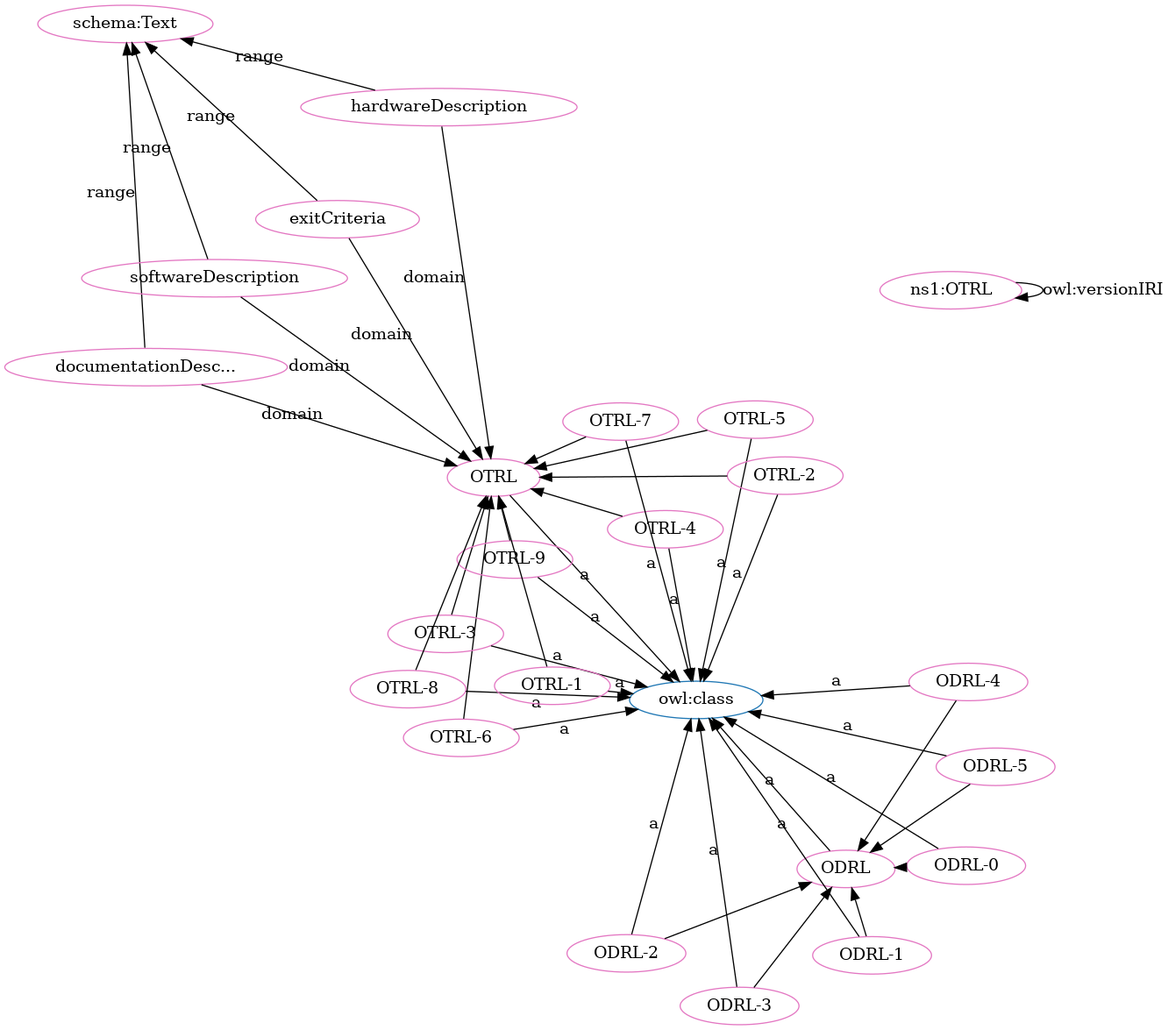
OPEN-NEXT/OKH-LOSH keeps this Graphviz diagram as OTRL-clean.png. Above is the earlier version. Its source is kept beside it as OTRL-clean.dot.
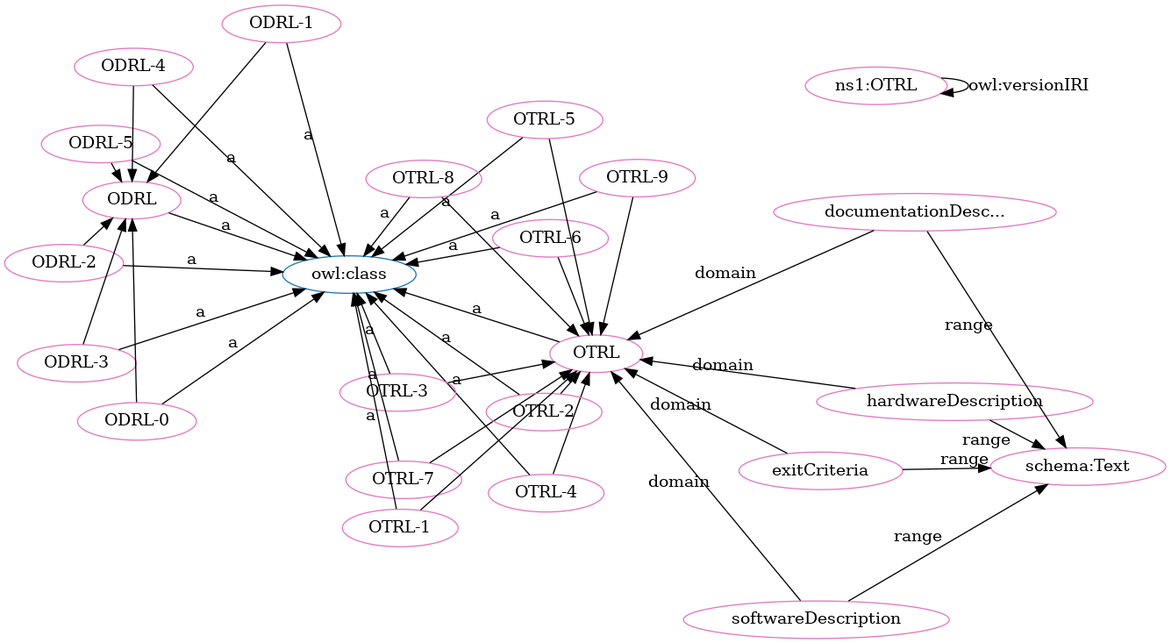
The same diagram one commit later.

The edit, as a diff of the source:
```diff
@@ -2,70 +2,70 @@
   rankdir=BT
   node[height=.3]
 "http://purl.org/oseg/ontologies/OTRL#ODRL" [fillcolor="#1f77b4" color="#1f77b4" label="ODRL"]
+"http://www.w3.org/2002/07/owl#class" [fillcolor="#1f77b4" color="#1f77b4" label="owl:class"]
 "http://purl.org/oseg/ontologies/OTRL#OTRL" [fillcolor="#1f77b4" color="#1f77b4" label="OTRL"]
-"http://www.w3.org/2002/07/owl#class" [fillcolor="#1f77b4" color="#1f77b4" label="owl:class"]
+"http://purl.org/oseg/ontologies/OTRL#OTRL-4" [fillcolor="#e377c2" color="#e377c2" label="OTRL-4"]
+"http://purl.org/oseg/ontologies/OTRL#OTRL" [fillcolor="#e377c2" color="#e377c2" label="OTRL"]
+"http://purl.org/oseg/ontologies/OTRL#ODRL" [fillcolor="#e377c2" color="#e377c2" label="ODRL"]
+"http://purl.org/oseg/ontologies/OTRL" [fillcolor="#e377c2" color="#e377c2" label="ns1:OTRL"]
+"http://purl.org/oseg/ontologies/OTRL#hardwareDescription" [fillcolor="#e377c2" color="#e377c2" label="hardwareDescription"]
+"http://purl.org/oseg/ontologies/OTRL#ODRL-2" [fillcolor="#e377c2" color="#e377c2" label="ODRL-2"]
 "http://purl.org/oseg/ontologies/OTRL#ODRL-3" [fillcolor="#e377c2" color="#e377c2" label="ODRL-3"]
-"http://purl.org/oseg/ontologies/OTRL#OTRL" [fillcolor="#e377c2" color="#e377c2" label="OTRL"]
+"http://purl.org/oseg/ontologies/OTRL#OTRL-6" [fillcolor="#e377c2" color="#e377c2" label="OTRL-6"]
+"http://purl.org/oseg/ontologies/OTRL#OTRL-3" [fillcolor="#e377c2" color="#e377c2" label="OTRL-3"]
+"http://purl.org/oseg/ontologies/OTRL#softwareDescription" [fillcolor="#e377c2" color="#e377c2" label="softwareDescription"]
+"http://purl.org/oseg/ontologies/OTRL#OTRL-7" [fillcolor="#e377c2" color="#e377c2" label="OTRL-7"]
+"http://purl.org/oseg/ontologies/OTRL#ODRL-0" [fillcolor="#e377c2" color="#e377c2" label="ODRL-0"]
+"http://purl.org/oseg/ontologies/OTRL#ODRL-5" [fillcolor="#e377c2" color="#e377c2" label="ODRL-5"]
+"http://schema.org/Text" [fillcolor="#e377c2" color="#e377c2" label="schema:Text"]
 "http://purl.org/oseg/ontologies/OTRL#OTRL-5" [fillcolor="#e377c2" color="#e377c2" label="OTRL-5"]
-"http://purl.org/oseg/ontologies/OTRL#OTRL-6" [fillcolor="#e377c2" color="#e377c2" label="OTRL-6"]
-"http://schema.org/Text" [fillcolor="#e377c2" color="#e377c2" label="schema:Text"]
+"http://purl.org/oseg/ontologies/OTRL#exitCriteria" [fillcolor="#e377c2" color="#e377c2" label="exitCriteria"]
 "http://purl.org/oseg/ontologies/OTRL#OTRL-2" [fillcolor="#e377c2" color="#e377c2" label="OTRL-2"]
-"http://purl.org/oseg/ontologies/OTRL" [fillcolor="#e377c2" color="#e377c2" label="ns1:OTRL"]
+"http://purl.org/oseg/ontologies/OTRL#documentationDescription" [fillcolor="#e377c2" color="#e377c2" label="documentationDesc..."]
 "http://purl.org/oseg/ontologies/OTRL#ODRL-1" [fillcolor="#e377c2" color="#e377c2" label="ODRL-1"]
-"http://purl.org/oseg/ontologies/OTRL#ODRL-0" [fillcolor="#e377c2" color="#e377c2" label="ODRL-0"]
-"http://purl.org/oseg/ontologies/OTRL#OTRL-3" [fillcolor="#e377c2" color="#e377c2" label="OTRL-3"]
-"http://purl.org/oseg/ontologies/OTRL#documentationDescription" [fillcolor="#e377c2" color="#e377c2" label="documentationDesc..."]
-"http://purl.org/oseg/ontologies/OTRL#OTRL-4" [fillcolor="#e377c2" color="#e377c2" label="OTRL-4"]
-"http://purl.org/oseg/ontologies/OTRL#ODRL-5" [fillcolor="#e377c2" color="#e377c2" label="ODRL-5"]
+"http://purl.org/oseg/ontologies/OTRL#OTRL-8" [fillcolor="#e377c2" color="#e377c2" label="OTRL-8"]
+"http://purl.org/oseg/ontologies/OTRL#ODRL-4" [fillcolor="#e377c2" color="#e377c2" label="ODRL-4"]
+"http://purl.org/oseg/ontologies/OTRL#OTRL-1" [fillcolor="#e377c2" color="#e377c2" label="OTRL-1"]
 "http://purl.org/oseg/ontologies/OTRL#OTRL-9" [fillcolor="#e377c2" color="#e377c2" label="OTRL-9"]
-"http://purl.org/oseg/ontologies/OTRL#exitCriteria" [fillcolor="#e377c2" color="#e377c2" label="exitCriteria"]
-"http://purl.org/oseg/ontologies/OTRL#ODRL-4" [fillcolor="#e377c2" color="#e377c2" label="ODRL-4"]
-"http://purl.org/oseg/ontologies/OTRL#ODRL" [fillcolor="#e377c2" color="#e377c2" label="ODRL"]
-"http://purl.org/oseg/ontologies/OTRL#ODRL-2" [fillcolor="#e377c2" color="#e377c2" label="ODRL-2"]
-"http://purl.org/oseg/ontologies/OTRL#OTRL-7" [fillcolor="#e377c2" color="#e377c2" label="OTRL-7"]
-"http://purl.org/oseg/ontologies/OTRL#hardwareDescription" [fillcolor="#e377c2" color="#e377c2" label="hardwareDescription"]
-"http://purl.org/oseg/ontologies/OTRL#OTRL-8" [fillcolor="#e377c2" color="#e377c2" label="OTRL-8"]
-"http://purl.org/oseg/ontologies/OTRL#softwareDescription" [fillcolor="#e377c2" color="#e377c2" label="softwareDescription"]
-"http://purl.org/oseg/ontologies/OTRL#OTRL-1" [fillcolor="#e377c2" color="#e377c2" label="OTRL-1"]
+  "http://purl.org/oseg/ontologies/OTRL#OTRL-4" -> "http://www.w3.org/2002/07/owl#class" [label="a"]
+  "http://purl.org/oseg/ontologies/OTRL#exitCriteria" -> "http://purl.org/oseg/ontologies/OTRL#OTRL" [label="domain"]
+  "http://purl.org/oseg/ontologies/OTRL#ODRL-5" -> "http://purl.org/oseg/ontologies/OTRL#ODRL" [label=""]
+  "http://purl.org/oseg/ontologies/OTRL" -> "http://purl.org/oseg/ontologies/OTRL" [label="owl:versionIRI"]
+  "http://purl.org/oseg/ontologies/OTRL#ODRL-4" -> "http://purl.org/oseg/ontologies/OTRL#ODRL" [label=""]
+  "http://purl.org/oseg/ontologies/OTRL#OTRL-2" -> "http://purl.org/oseg/ontologies/OTRL#OTRL" [label=""]
+  "http://purl.org/oseg/ontologies/OTRL#OTRL-3" -> "http://www.w3.org/2002/07/owl#class" [label="a"]
+  "http://purl.org/oseg/ontologies/OTRL#OTRL-5" -> "http://purl.org/oseg/ontologies/OTRL#OTRL" [label=""]
+  "http://purl.org/oseg/ontologies/OTRL#ODRL-2" -> "http://purl.org/oseg/ontologies/OTRL#ODRL" [label=""]
+  "http://purl.org/oseg/ontologies/OTRL#ODRL-3" -> "http://purl.org/oseg/ontologies/OTRL#ODRL" [label=""]
+  "http://purl.org/oseg/ontologies/OTRL#ODRL-5" -> "http://www.w3.org/2002/07/owl#class" [label="a"]
+  "http://purl.org/oseg/ontologies/OTRL#exitCriteria" -> "http://schema.org/Text" [label="range"]
+  "http://purl.org/oseg/ontologies/OTRL#OTRL-5" -> "http://www.w3.org/2002/07/owl#class" [label="a"]
+  "http://purl.org/oseg/ontologies/OTRL#hardwareDescription" -> "http://purl.org/oseg/ontologies/OTRL#OTRL" [label="domain"]
+  "http://purl.org/oseg/ontologies/OTRL#OTRL-2" -> "http://www.w3.org/2002/07/owl#class" [label="a"]
+  "http://purl.org/oseg/ontologies/OTRL#ODRL-0" -> "http://purl.org/oseg/ontologies/OTRL#ODRL" [label=""]
+  "http://purl.org/oseg/ontologies/OTRL#OTRL-9" -> "http://purl.org/oseg/ontologies/OTRL#OTRL" [label=""]
+  "http://purl.org/oseg/ontologies/OTRL#softwareDescription" -> "http://schema.org/Text" [label="range"]
+  "http://purl.org/oseg/ontologies/OTRL#ODRL-4" -> "http://www.w3.org/2002/07/owl#class" [label="a"]
+  "http://purl.org/oseg/ontologies/OTRL#ODRL-1" -> "http://purl.org/oseg/ontologies/OTRL#ODRL" [label=""]
+  "http://purl.org/oseg/ontologies/OTRL#OTRL-9" -> "http://www.w3.org/2002/07/owl#class" [label="a"]
+  "http://purl.org/oseg/ontologies/OTRL#OTRL-7" -> "http://purl.org/oseg/ontologies/OTRL#OTRL" [label=""]
+  "http://purl.org/oseg/ontologies/OTRL#ODRL-2" -> "http://www.w3.org/2002/07/owl#class" [label="a"]
   "http://purl.org/oseg/ontologies/OTRL#ODRL-3" -> "http://www.w3.org/2002/07/owl#class" [label="a"]
-  "http://purl.org/oseg/ontologies/OTRL#OTRL-5" -> "http://www.w3.org/2002/07/owl#class" [label="a"]
-  "http://purl.org/oseg/ontologies/OTRL#OTRL-5" -> "http://purl.org/oseg/ontologies/OTRL#OTRL" [label=""]
+  "http://purl.org/oseg/ontologies/OTRL#OTRL" -> "http://www.w3.org/2002/07/owl#class" [label="a"]
+  "http://purl.org/oseg/ontologies/OTRL#OTRL-6" -> "http://www.w3.org/2002/07/owl#class" [label="a"]
+  "http://purl.org/oseg/ontologies/OTRL#softwareDescription" -> "http://purl.org/oseg/ontologies/OTRL#OTRL" [label="domain"]
+  "http://purl.org/oseg/ontologies/OTRL#OTRL-6" -> "http://purl.org/oseg/ontologies/OTRL#OTRL" [label=""]
+  "http://purl.org/oseg/ontologies/OTRL#OTRL-7" -> "http://www.w3.org/2002/07/owl#class" [label="a"]
+  "http://purl.org/oseg/ontologies/OTRL#ODRL-0" -> "http://www.w3.org/2002/07/owl#class" [label="a"]
+  "http://purl.org/oseg/ontologies/OTRL#OTRL-3" -> "http://purl.org/oseg/ontologies/OTRL#OTRL" [label=""]
+  "http://purl.org/oseg/ontologies/OTRL#OTRL-8" -> "http://purl.org/oseg/ontologies/OTRL#OTRL" [label=""]
+  "http://purl.org/oseg/ontologies/OTRL#ODRL" -> "http://www.w3.org/2002/07/owl#class" [label="a"]
   "http://purl.org/oseg/ontologies/OTRL#hardwareDescription" -> "http://schema.org/Text" [label="range"]
-  "http://purl.org/oseg/ontologies/OTRL#softwareDescription" -> "http://schema.org/Text" [label="range"]
-  "http://purl.org/oseg/ontologies/OTRL#OTRL-2" -> "http://www.w3.org/2002/07/owl#class" [label="a"]
+  "http://purl.org/oseg/ontologies/OTRL#documentationDescription" -> "http://schema.org/Text" [label="range"]
   "http://purl.org/oseg/ontologies/OTRL#documentationDescription" -> "http://purl.org/oseg/ontologies/OTRL#OTRL" [label="domain"]
+  "http://purl.org/oseg/ontologies/OTRL#OTRL-1" -> "http://purl.org/oseg/ontologies/OTRL#OTRL" [label=""]
   "http://purl.org/oseg/ontologies/OTRL#ODRL-1" -> "http://www.w3.org/2002/07/owl#class" [label="a"]
-  "http://purl.org/oseg/ontologies/OTRL" -> "http://purl.org/oseg/ontologies/OTRL" [label="owl:versionIRI"]
-  "http://purl.org/oseg/ontologies/OTRL#OTRL-3" -> "http://www.w3.org/2002/07/owl#class" [label="a"]
-  "http://purl.org/oseg/ontologies/OTRL#OTRL-2" -> "http://purl.org/oseg/ontologies/OTRL#OTRL" [label=""]
-  "http://purl.org/oseg/ontologies/OTRL#OTRL-9" -> "http://www.w3.org/2002/07/owl#class" [label="a"]
-  "http://purl.org/oseg/ontologies/OTRL#ODRL-4" -> "http://www.w3.org/2002/07/owl#class" [label="a"]
-  "http://purl.org/oseg/ontologies/OTRL#ODRL-2" -> "http://www.w3.org/2002/07/owl#class" [label="a"]
-  "http://purl.org/oseg/ontologies/OTRL#ODRL-0" -> "http://purl.org/oseg/ontologies/OTRL#ODRL" [label=""]
-  "http://purl.org/oseg/ontologies/OTRL#softwareDescription" -> "http://purl.org/oseg/ontologies/OTRL#OTRL" [label="domain"]
-  "http://purl.org/oseg/ontologies/OTRL#hardwareDescription" -> "http://purl.org/oseg/ontologies/OTRL#OTRL" [label="domain"]
-  "http://purl.org/oseg/ontologies/OTRL#ODRL-5" -> "http://purl.org/oseg/ontologies/OTRL#ODRL" [label=""]
-  "http://purl.org/oseg/ontologies/OTRL#exitCriteria" -> "http://schema.org/Text" [label="range"]
+  "http://purl.org/oseg/ontologies/OTRL#OTRL-4" -> "http://purl.org/oseg/ontologies/OTRL#OTRL" [label=""]
   "http://purl.org/oseg/ontologies/OTRL#OTRL-8" -> "http://www.w3.org/2002/07/owl#class" [label="a"]
-  "http://purl.org/oseg/ontologies/OTRL#OTRL-3" -> "http://purl.org/oseg/ontologies/OTRL#OTRL" [label=""]
-  "http://purl.org/oseg/ontologies/OTRL#ODRL" -> "http://www.w3.org/2002/07/owl#class" [label="a"]
-  "http://purl.org/oseg/ontologies/OTRL#OTRL-4" -> "http://purl.org/oseg/ontologies/OTRL#OTRL" [label=""]
-  "http://purl.org/oseg/ontologies/OTRL#OTRL-8" -> "http://purl.org/oseg/ontologies/OTRL#OTRL" [label=""]
-  "http://purl.org/oseg/ontologies/OTRL#OTRL-6" -> "http://www.w3.org/2002/07/owl#class" [label="a"]
-  "http://purl.org/oseg/ontologies/OTRL#OTRL" -> "http://www.w3.org/2002/07/owl#class" [label="a"]
-  "http://purl.org/oseg/ontologies/OTRL#documentationDescription" -> "http://schema.org/Text" [label="range"]
-  "http://purl.org/oseg/ontologies/OTRL#ODRL-0" -> "http://www.w3.org/2002/07/owl#class" [label="a"]
-  "http://purl.org/oseg/ontologies/OTRL#exitCriteria" -> "http://purl.org/oseg/ontologies/OTRL#OTRL" [label="domain"]
-  "http://purl.org/oseg/ontologies/OTRL#OTRL-4" -> "http://www.w3.org/2002/07/owl#class" [label="a"]
-  "http://purl.org/oseg/ontologies/OTRL#ODRL-5" -> "http://www.w3.org/2002/07/owl#class" [label="a"]
-  "http://purl.org/oseg/ontologies/OTRL#OTRL-1" -> "http://purl.org/oseg/ontologies/OTRL#OTRL" [label=""]
-  "http://purl.org/oseg/ontologies/OTRL#ODRL-1" -> "http://purl.org/oseg/ontologies/OTRL#ODRL" [label=""]
-  "http://purl.org/oseg/ontologies/OTRL#OTRL-9" -> "http://purl.org/oseg/ontologies/OTRL#OTRL" [label=""]
-  "http://purl.org/oseg/ontologies/OTRL#ODRL-4" -> "http://purl.org/oseg/ontologies/OTRL#ODRL" [label=""]
-  "http://purl.org/oseg/ontologies/OTRL#OTRL-7" -> "http://www.w3.org/2002/07/owl#class" [label="a"]
-  "http://purl.org/oseg/ontologies/OTRL#ODRL-3" -> "http://purl.org/oseg/ontologies/OTRL#ODRL" [label=""]
-  "http://purl.org/oseg/ontologies/OTRL#OTRL-6" -> "http://purl.org/oseg/ontologies/OTRL#OTRL" [label=""]
-  "http://purl.org/oseg/ontologies/OTRL#ODRL-2" -> "http://purl.org/oseg/ontologies/OTRL#ODRL" [label=""]
-  "http://purl.org/oseg/ontologies/OTRL#OTRL-7" -> "http://purl.org/oseg/ontologies/OTRL#OTRL" [label=""]
   "http://purl.org/oseg/ontologies/OTRL#OTRL-1" -> "http://www.w3.org/2002/07/owl#class" [label="a"]
 }
```
